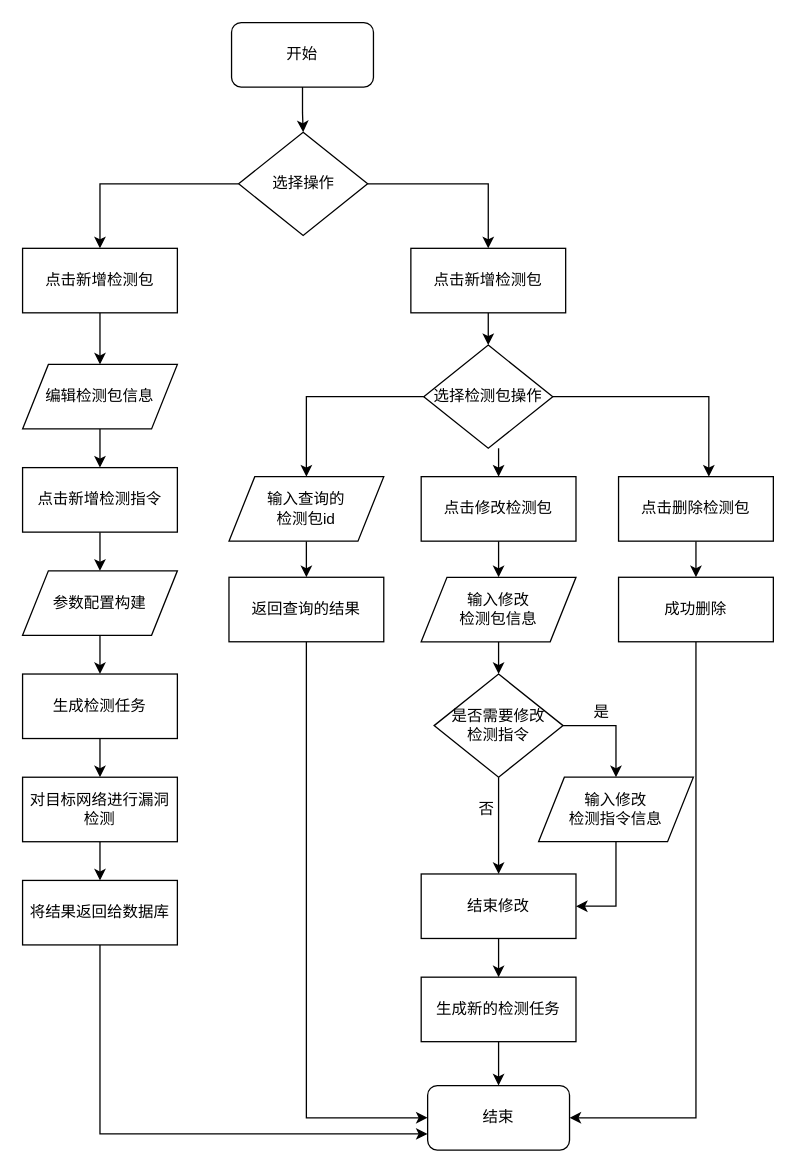
The draw.io diagram 检测包.drawio in Niujieheng/GitHub_Jul, before the edit. Source tidied: cells renumbered, new cells numbered last; positions are measured from the earlier drawing's top-left corner, leaving out a move shared by most shapes. Both pictures are drawn from the tidied source at 129%, with x=0, y=0 at pixel (22, 22).
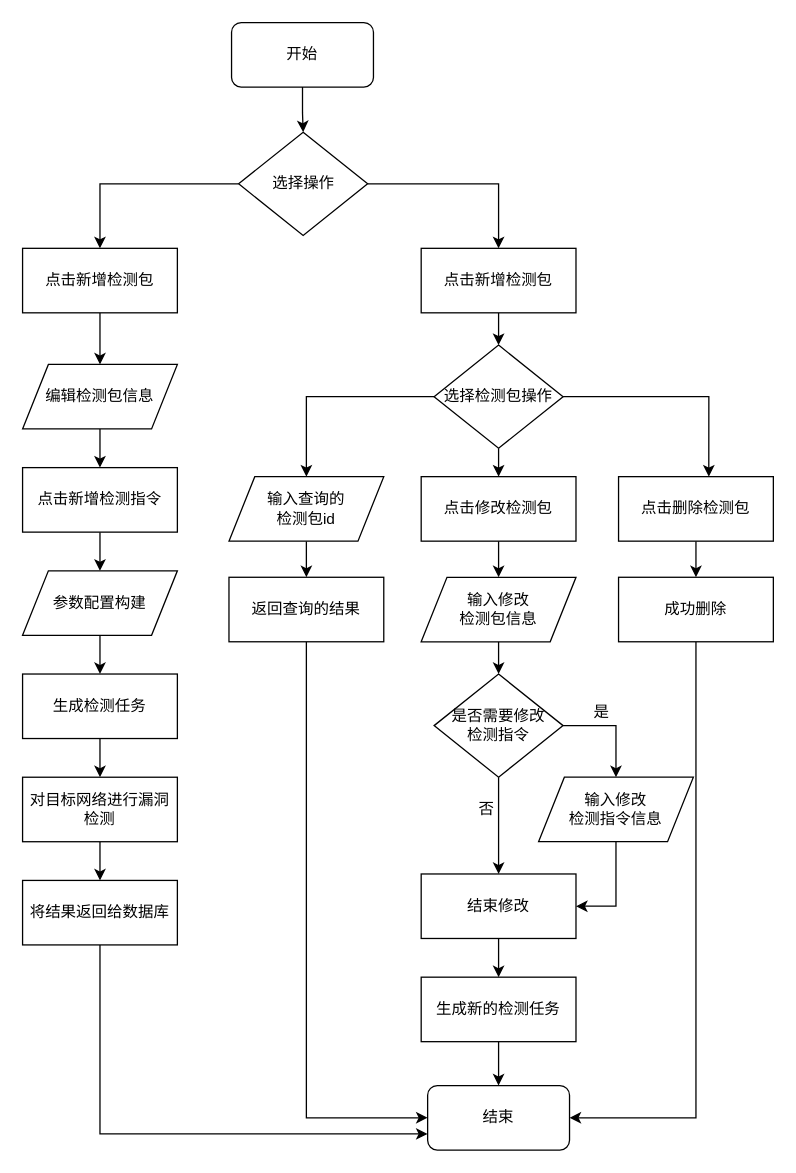
The same page after the edit.

Commit message:
更新检测包.drawio

The change refers to these unchanged cells:
```xml
<mxCell id="32" value="点击修改检测包" style="rounded=0;whiteSpace=wrap;html=1;" parent="1" vertex="1">
  <mxGeometry x="309" y="352" width="120" height="50" as="geometry" />
</mxCell>
```

What changed in the source:
```diff
@@
     <mxCell id="22" value="点击新增检测包" style="rounded=0;whiteSpace=wrap;html=1;" parent="1" vertex="1">
-      <mxGeometry x="301" y="175" width="120" height="50" as="geometry" />
+      <mxGeometry x="309" y="175" width="120" height="50" as="geometry" />
     </mxCell>
@@
-    <mxCell id="25" style="edgeStyle=orthogonalEdgeStyle;rounded=0;jettySize=auto;html=1;exitX=0.5;exitY=1;exitDx=0;exitDy=0;entryX=0.5;entryY=0;entryDx=0;entryDy=0;" parent="1" edge="1" target="32">
-      <mxGeometry relative="1" as="geometry">
-        <mxPoint x="369" y="330" as="sourcePoint" />
-      </mxGeometry>
-    </mxCell>
+    <mxCell id="51" style="edgeStyle=orthogonalEdgeStyle;rounded=0;jettySize=auto;html=1;exitX=0.5;exitY=1;exitDx=0;exitDy=0;entryX=0.5;entryY=0;entryDx=0;entryDy=0;" parent="1" edge="1" source="26" target="32">
+      <mxGeometry relative="1" as="geometry" />
+    </mxCell>
     <mxCell id="26" value="选择检测包操作" style="rhombus;whiteSpace=wrap;html=1;" parent="1" vertex="1">
-      <mxGeometry x="311" y="250" width="100" height="80" as="geometry" />
+      <mxGeometry x="319" y="250" width="100" height="80" as="geometry" />
     </mxCell>
```
